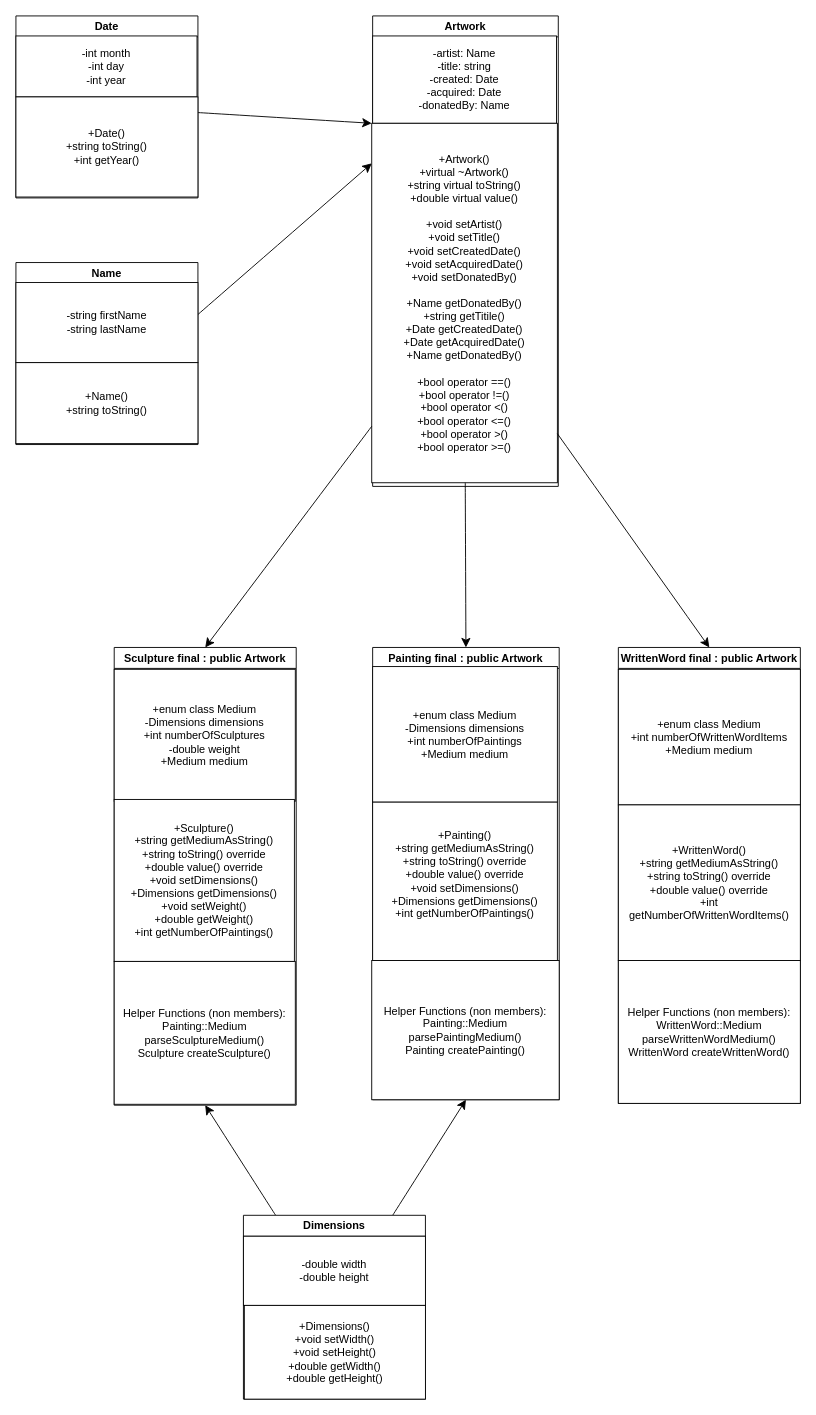
Above: data/Museum-UML.drawio in jbowen999/MuseumProject (draw.io), before the change. Source tidied: cells renumbered, new cells numbered last; positions are measured from the earlier drawing's top-left corner, leaving out a move shared by most shapes. Both pictures are drawn from the tidied source at 91%, with x=0, y=0 at pixel (15, 15).
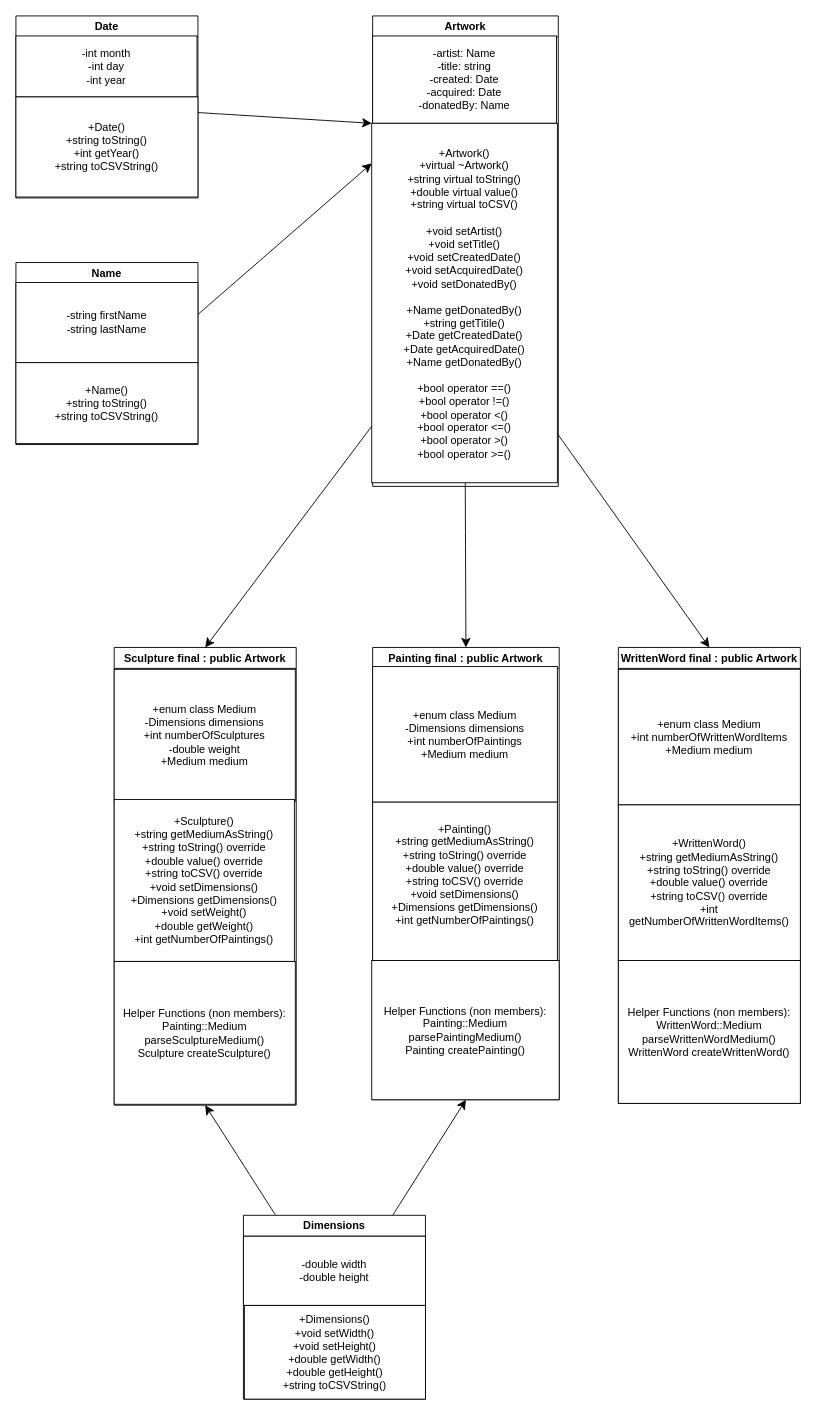
The same diagram, later.

The change refers to these unchanged cells:
```xml
<mxCell id="2" value="Artwork" style="swimlane;whiteSpace=wrap;html=1;" parent="1" vertex="1">
  <mxGeometry x="392" width="204" height="517" as="geometry" />
</mxCell>
<mxCell id="11" value="WrittenWord final : public Artwork" style="swimlane;whiteSpace=wrap;html=1;" parent="1" vertex="1">
  <mxGeometry x="662" y="694" width="200" height="501" as="geometry" />
</mxCell>
<mxCell id="16" value="Sculpture final : public Artwork" style="swimlane;whiteSpace=wrap;html=1;" parent="1" vertex="1">
  <mxGeometry x="108" y="694" width="200" height="503" as="geometry" />
</mxCell>
<mxCell id="23" value="Dimensions" style="swimlane;whiteSpace=wrap;html=1;startSize=23;" parent="1" vertex="1">
  <mxGeometry x="250" y="1318" width="200" height="202" as="geometry" />
</mxCell>
<mxCell id="27" value="Date" style="swimlane;whiteSpace=wrap;html=1;" parent="1" vertex="1">
  <mxGeometry width="200" height="200" as="geometry" />
</mxCell>
<mxCell id="31" value="Name" style="swimlane;whiteSpace=wrap;html=1;" parent="1" vertex="1">
  <mxGeometry y="271" width="200" height="200" as="geometry" />
</mxCell>
```

Change to the diagram source:
```diff
@@
-    <mxCell id="4" value="&lt;div&gt;+Artwork()&lt;br&gt;&lt;/div&gt;&lt;div&gt;+virtual ~Artwork()&lt;/div&gt;&lt;div&gt;+string virtual toString()&lt;/div&gt;&lt;div&gt;+double virtual value()&lt;/div&gt;&lt;div&gt;&lt;br&gt;&lt;/div&gt;&lt;div&gt;+void setArtist()&lt;/div&gt;&lt;div&gt;+void setTitle()&lt;/div&gt;&lt;div&gt;+void setCreatedDate()&lt;/div&gt;&lt;div&gt;+void setAcquiredDate()&lt;/div&gt;&lt;div&gt;+void setDonatedBy()&lt;/div&gt;&lt;div&gt;&lt;br&gt;&lt;/div&gt;&lt;div&gt;+Name getDonatedBy()&lt;/div&gt;&lt;div&gt;+string getTitile()&lt;/div&gt;&lt;div&gt;+Date getCreatedDate()&lt;br&gt;&lt;/div&gt;&lt;div&gt;+Date getAcquiredDate()&lt;/div&gt;&lt;div&gt;+Name getDonatedBy()&lt;/div&gt;&lt;div&gt;&lt;br&gt;&lt;/div&gt;&lt;div&gt;+bool operator ==()&lt;/div&gt;&lt;div&gt;+bool operator !=()&lt;/div&gt;&lt;div&gt;+bool operator &amp;lt;()&lt;br&gt;&lt;/div&gt;&lt;div&gt;+bool operator &amp;lt;=()&lt;/div&gt;&lt;div&gt;+bool operator &amp;gt;()&lt;/div&gt;&lt;div&gt;+bool operator &amp;gt;=()&lt;br&gt;&lt;/div&gt;" style="rounded=0;whiteSpace=wrap;html=1;" parent="2" vertex="1">
+    <mxCell id="4" value="&lt;div&gt;+Artwork()&lt;br&gt;&lt;/div&gt;&lt;div&gt;+virtual ~Artwork()&lt;/div&gt;&lt;div&gt;+string virtual toString()&lt;/div&gt;&lt;div&gt;+double virtual value()&lt;/div&gt;&lt;div&gt;+string virtual toCSV()&lt;/div&gt;&lt;div&gt;&lt;br&gt;&lt;/div&gt;&lt;div&gt;+void setArtist()&lt;/div&gt;&lt;div&gt;+void setTitle()&lt;/div&gt;&lt;div&gt;+void setCreatedDate()&lt;/div&gt;&lt;div&gt;+void setAcquiredDate()&lt;/div&gt;&lt;div&gt;+void setDonatedBy()&lt;/div&gt;&lt;div&gt;&lt;br&gt;&lt;/div&gt;&lt;div&gt;+Name getDonatedBy()&lt;/div&gt;&lt;div&gt;+string getTitile()&lt;/div&gt;&lt;div&gt;+Date getCreatedDate()&lt;br&gt;&lt;/div&gt;&lt;div&gt;+Date getAcquiredDate()&lt;/div&gt;&lt;div&gt;+Name getDonatedBy()&lt;/div&gt;&lt;div&gt;&lt;br&gt;&lt;/div&gt;&lt;div&gt;+bool operator ==()&lt;/div&gt;&lt;div&gt;+bool operator !=()&lt;/div&gt;&lt;div&gt;+bool operator &amp;lt;()&lt;br&gt;&lt;/div&gt;&lt;div&gt;+bool operator &amp;lt;=()&lt;/div&gt;&lt;div&gt;+bool operator &amp;gt;()&lt;/div&gt;&lt;div&gt;+bool operator &amp;gt;=()&lt;br&gt;&lt;/div&gt;" style="rounded=0;whiteSpace=wrap;html=1;" parent="2" vertex="1">
       <mxGeometry x="-1" y="118" width="204" height="395" as="geometry" />
     </mxCell>
@@
-    <mxCell id="10" value="&lt;div&gt;+Painting()&lt;/div&gt;&lt;div&gt;+string getMediumAsString()&lt;/div&gt;&lt;div&gt;+string toString() override&lt;br&gt;&lt;/div&gt;&lt;div&gt;+double value() override&lt;/div&gt;&lt;div&gt;+void setDimensions()&lt;/div&gt;&lt;div&gt;+Dimensions getDimensions()&lt;/div&gt;&lt;div&gt;+int getNumberOfPaintings()&lt;br&gt;&lt;/div&gt;&lt;div&gt;&lt;br&gt;&lt;/div&gt;" style="whiteSpace=wrap;html=1;" parent="1" vertex="1">
+    <mxCell id="10" value="&lt;div&gt;+Painting()&lt;/div&gt;&lt;div&gt;+string getMediumAsString()&lt;/div&gt;&lt;div&gt;+string toString() override&lt;br&gt;&lt;/div&gt;&lt;div&gt;+double value() override&lt;/div&gt;&lt;div&gt;+string toCSV() override&lt;/div&gt;&lt;div&gt;+void setDimensions()&lt;/div&gt;&lt;div&gt;+Dimensions getDimensions()&lt;/div&gt;&lt;div&gt;+int getNumberOfPaintings()&lt;br&gt;&lt;/div&gt;&lt;div&gt;&lt;br&gt;&lt;/div&gt;" style="whiteSpace=wrap;html=1;" parent="1" vertex="1">
       <mxGeometry x="392" y="864" width="203" height="174" as="geometry" />
     </mxCell>
@@
-    <mxCell id="13" value="&lt;div&gt;+WrittenWord()&lt;/div&gt;&lt;div&gt;+string getMediumAsString()&lt;/div&gt;&lt;div&gt;+string toString() override&lt;br&gt;&lt;/div&gt;&lt;div&gt;+double value() override&lt;/div&gt;+int getNumberOfWrittenWordItems()" style="rounded=0;whiteSpace=wrap;html=1;" parent="11" vertex="1">
+    <mxCell id="13" value="&lt;div&gt;+WrittenWord()&lt;/div&gt;&lt;div&gt;+string getMediumAsString()&lt;/div&gt;&lt;div&gt;+string toString() override&lt;br&gt;&lt;/div&gt;&lt;div&gt;+double value() override&lt;/div&gt;&lt;div&gt;+string toCSV() override&lt;/div&gt;+int getNumberOfWrittenWordItems()" style="rounded=0;whiteSpace=wrap;html=1;" parent="11" vertex="1">
       <mxGeometry y="173" width="200" height="171" as="geometry" />
     </mxCell>
@@
-    <mxCell id="18" value="&lt;div&gt;+Sculpture()&lt;/div&gt;&lt;div&gt;+string getMediumAsString()&lt;/div&gt;&lt;div&gt;+string toString() override&lt;br&gt;&lt;/div&gt;&lt;div&gt;+double value() override&lt;/div&gt;&lt;div&gt;+void setDimensions()&lt;/div&gt;&lt;div&gt;+Dimensions getDimensions()&lt;/div&gt;&lt;div&gt;+void setWeight()&lt;/div&gt;&lt;div&gt;+double getWeight()&lt;br&gt;&lt;/div&gt;+int getNumberOfPaintings()" style="rounded=0;whiteSpace=wrap;html=1;" parent="16" vertex="1">
+    <mxCell id="18" value="&lt;div&gt;+Sculpture()&lt;/div&gt;&lt;div&gt;+string getMediumAsString()&lt;/div&gt;&lt;div&gt;+string toString() override&lt;br&gt;&lt;/div&gt;&lt;div&gt;+double value() override&lt;/div&gt;&lt;div&gt;+string toCSV() override&lt;/div&gt;&lt;div&gt;+void setDimensions()&lt;/div&gt;&lt;div&gt;+Dimensions getDimensions()&lt;/div&gt;&lt;div&gt;+void setWeight()&lt;/div&gt;&lt;div&gt;+double getWeight()&lt;br&gt;&lt;/div&gt;+int getNumberOfPaintings()" style="rounded=0;whiteSpace=wrap;html=1;" parent="16" vertex="1">
       <mxGeometry y="167" width="198" height="178" as="geometry" />
     </mxCell>
@@
-    <mxCell id="25" value="&lt;div&gt;+Dimensions()&lt;/div&gt;&lt;div&gt;+void setWidth()&lt;/div&gt;&lt;div&gt;+void setHeight()&lt;/div&gt;&lt;div&gt;+double getWidth()&lt;/div&gt;&lt;div&gt;+double getHeight()&lt;br&gt;&lt;/div&gt;" style="whiteSpace=wrap;html=1;" parent="23" vertex="1">
+    <mxCell id="25" value="&lt;div&gt;+Dimensions()&lt;/div&gt;&lt;div&gt;+void setWidth()&lt;/div&gt;&lt;div&gt;+void setHeight()&lt;/div&gt;&lt;div&gt;+double getWidth()&lt;/div&gt;&lt;div&gt;+double getHeight()&lt;br&gt;&lt;/div&gt;&lt;div&gt;+string toCSVString()&lt;/div&gt;" style="whiteSpace=wrap;html=1;" parent="23" vertex="1">
       <mxGeometry x="1" y="99" width="199" height="103" as="geometry" />
     </mxCell>
@@
-    <mxCell id="29" value="&lt;div&gt;+Date()&lt;/div&gt;&lt;div&gt;+string toString()&lt;/div&gt;&lt;div&gt;+int getYear()&lt;br&gt;&lt;/div&gt;" style="whiteSpace=wrap;html=1;" parent="27" vertex="1">
+    <mxCell id="29" value="&lt;div&gt;+Date()&lt;/div&gt;&lt;div&gt;+string toString()&lt;/div&gt;&lt;div&gt;+int getYear()&lt;/div&gt;&lt;div&gt;+string toCSVString()&lt;/div&gt;" style="whiteSpace=wrap;html=1;" parent="27" vertex="1">
       <mxGeometry y="89" width="200" height="110" as="geometry" />
     </mxCell>
@@
-    <mxCell id="33" value="&lt;div&gt;+Name()&lt;/div&gt;&lt;div&gt;+string toString()&lt;br&gt;&lt;/div&gt;" style="whiteSpace=wrap;html=1;" parent="31" vertex="1">
+    <mxCell id="33" value="&lt;div&gt;+Name()&lt;/div&gt;&lt;div&gt;+string toString()&lt;br&gt;&lt;/div&gt;&lt;div&gt;+string toCSVString()&lt;/div&gt;" style="whiteSpace=wrap;html=1;" parent="31" vertex="1">
       <mxGeometry y="110" width="200" height="89" as="geometry" />
     </mxCell>
```
